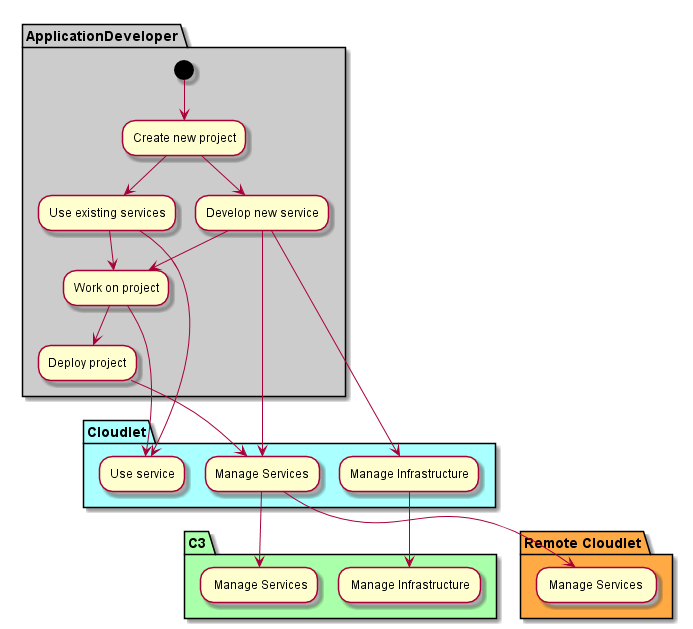
The PlantUML diagram docs/Actors/Application-Developer/Activity.png in CAADE/CloudLet, before a commit.
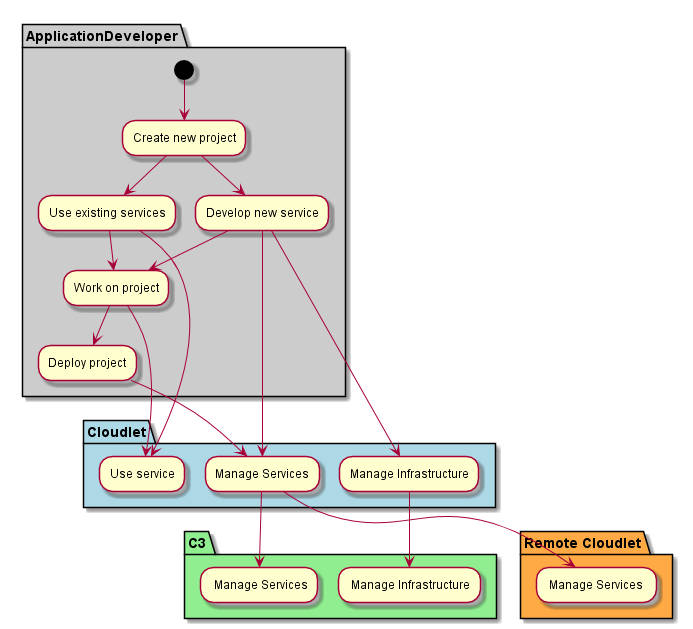
Above is the later version.

The edit, as a diff of the source:
```diff
@@ -9,7 +9,7 @@
   "Work on project" --> "Deploy project"
 }
 
-partition "Cloudlet" #aaffff {
+partition "Cloudlet" #lightblue {
   "Work on project" --> "Use service"
   "Develop new service" --> "Manage Infrastructure"
   "Develop new service" --> "Manage Services"
@@ -17,7 +17,7 @@
   "Use existing services" --> "Use service"
   "Use existing services" --> "Work on project"
 }
-partition "C3" #aaffaa {
+partition "C3" #lightgreen {
   "Manage Services" --> " Manage Services"
   "Manage Infrastructure" --> " Manage Infrastructure"
 }
```
